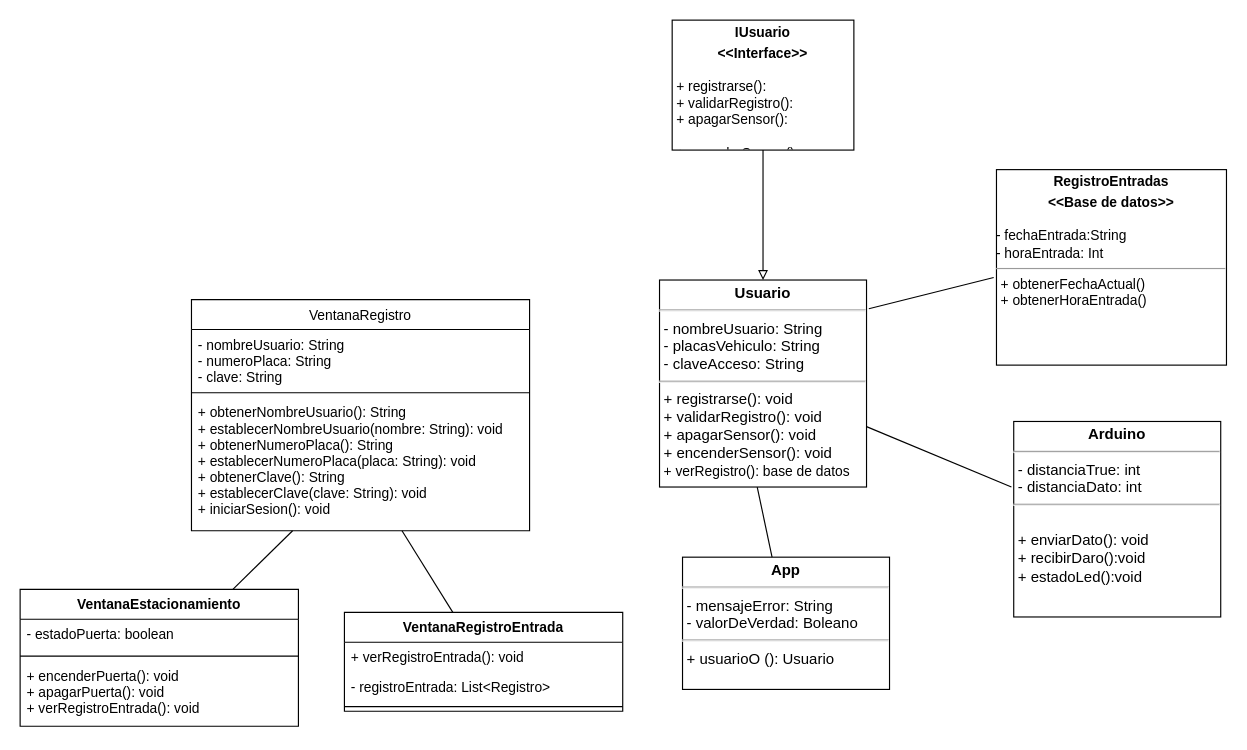
The draw.io diagram lib/DC.drawio in BrandonFreire/ProyectoBimestre, before the edit. Source tidied: cells renumbered, new cells numbered last; positions are measured from the earlier drawing's top-left corner, leaving out a move shared by most shapes. Both pictures are drawn from the tidied source at 115%, with x=0, y=0 at pixel (20, 20).
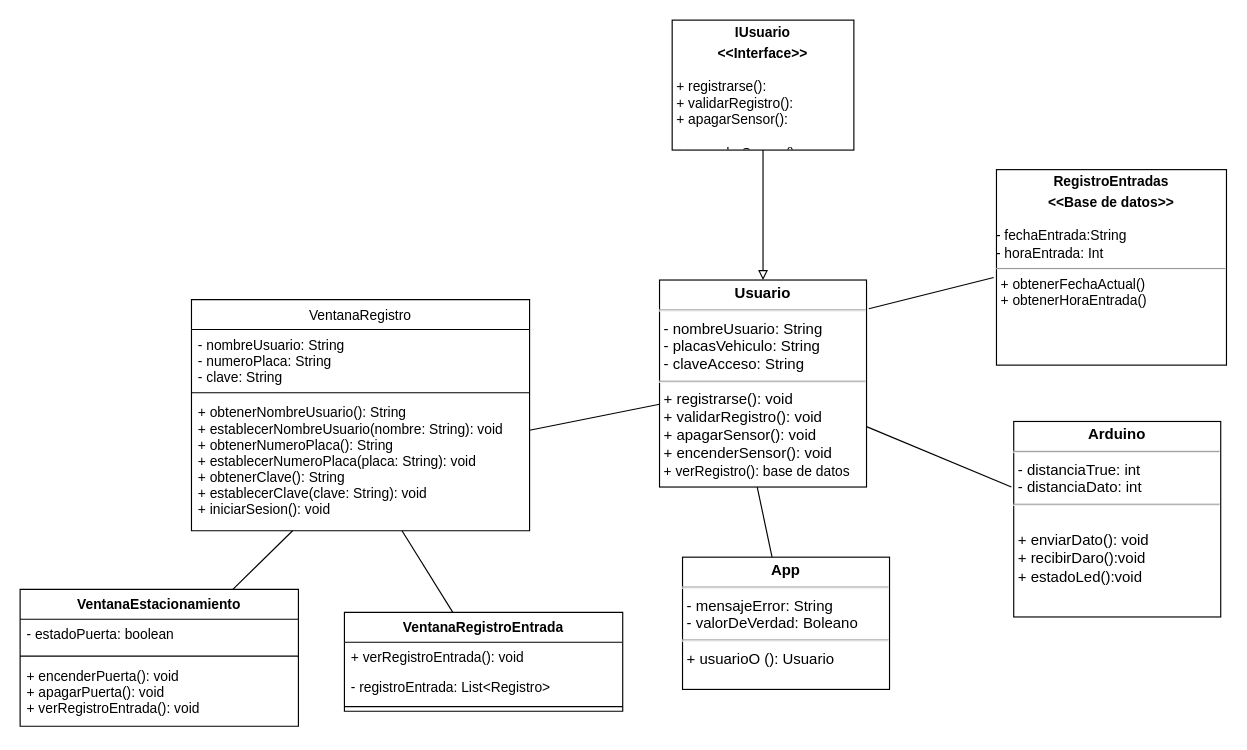
After the change.

The change refers to these unchanged cells:
```xml
<mxCell id="2" value="&lt;p style=&quot;margin: 4px 0px 0px; text-align: center; font-size: 13px;&quot;&gt;&lt;b&gt;Usuario&lt;/b&gt;&lt;/p&gt;&lt;hr style=&quot;font-size: 13px;&quot;&gt;&lt;p style=&quot;margin: 0px 0px 0px 4px; font-size: 13px;&quot;&gt;- nombreUsuario: String&lt;/p&gt;&lt;p style=&quot;margin: 0px 0px 0px 4px; font-size: 13px;&quot;&gt;- placasVehiculo: String&lt;/p&gt;&lt;p style=&quot;margin: 0px 0px 0px 4px; font-size: 13px;&quot;&gt;- claveAcceso: String&lt;/p&gt;&lt;hr style=&quot;font-size: 13px;&quot;&gt;&lt;p style=&quot;margin: 0px 0px 0px 4px; font-size: 13px;&quot;&gt;+ registrarse(): void&lt;/p&gt;&lt;p style=&quot;margin: 0px 0px 0px 4px; font-size: 13px;&quot;&gt;&lt;span style=&quot;background-color: initial;&quot;&gt;+ validarRegistro(): void&lt;/span&gt;&lt;br&gt;&lt;/p&gt;&lt;p style=&quot;margin: 0px 0px 0px 4px; font-size: 13px;&quot;&gt;+ apagarSensor(): void&lt;/p&gt;&lt;p style=&quot;margin: 0px 0px 0px 4px; font-size: 13px;&quot;&gt;+ encenderSensor(): void&lt;/p&gt;&lt;p style=&quot;margin: 0px 0px 0px 4px; font-size: 13px;&quot;&gt;&lt;span style=&quot;font-size: 12px;&quot;&gt;+ verRegistro(): base de datos&lt;/span&gt;&lt;br&gt;&lt;/p&gt;&lt;p style=&quot;margin: 0px 0px 0px 4px; font-size: 13px;&quot;&gt;&lt;br&gt;&lt;/p&gt;&lt;p style=&quot;margin: 0px 0px 0px 4px; font-size: 13px;&quot;&gt;&lt;br&gt;&lt;/p&gt;" style="verticalAlign=top;align=left;overflow=fill;fontSize=13;fontFamily=Helvetica;html=1;" parent="1" vertex="1">
  <mxGeometry x="556" y="226" width="180" height="180" as="geometry" />
</mxCell>
<mxCell id="14" value="+ obtenerNombreUsuario(): String&#10;+ establecerNombreUsuario(nombre: String): void&#10;+ obtenerNumeroPlaca(): String&#10;+ establecerNumeroPlaca(placa: String): void&#10;+ obtenerClave(): String&#10;+ establecerClave(clave: String): void &#10;+ iniciarSesion(): void&#10;&#10;" style="text;strokeColor=none;fillColor=none;align=left;verticalAlign=top;spacingLeft=4;spacingRight=4;overflow=hidden;points=[[0,0.5],[1,0.5]];portConstraint=eastwest;" parent="11" vertex="1">
  <mxGeometry y="85" width="294" height="116" as="geometry" />
</mxCell>
```

The edit, as a diff of the source:
```diff
@@
+    <mxCell id="25" style="endArrow=none;startArrow=none;endFill=0;startFill=0;html=1;fontSize=13;" parent="1" edge="1" source="2" target="14">
+      <mxGeometry relative="1" as="geometry" />
+    </mxCell>
```
